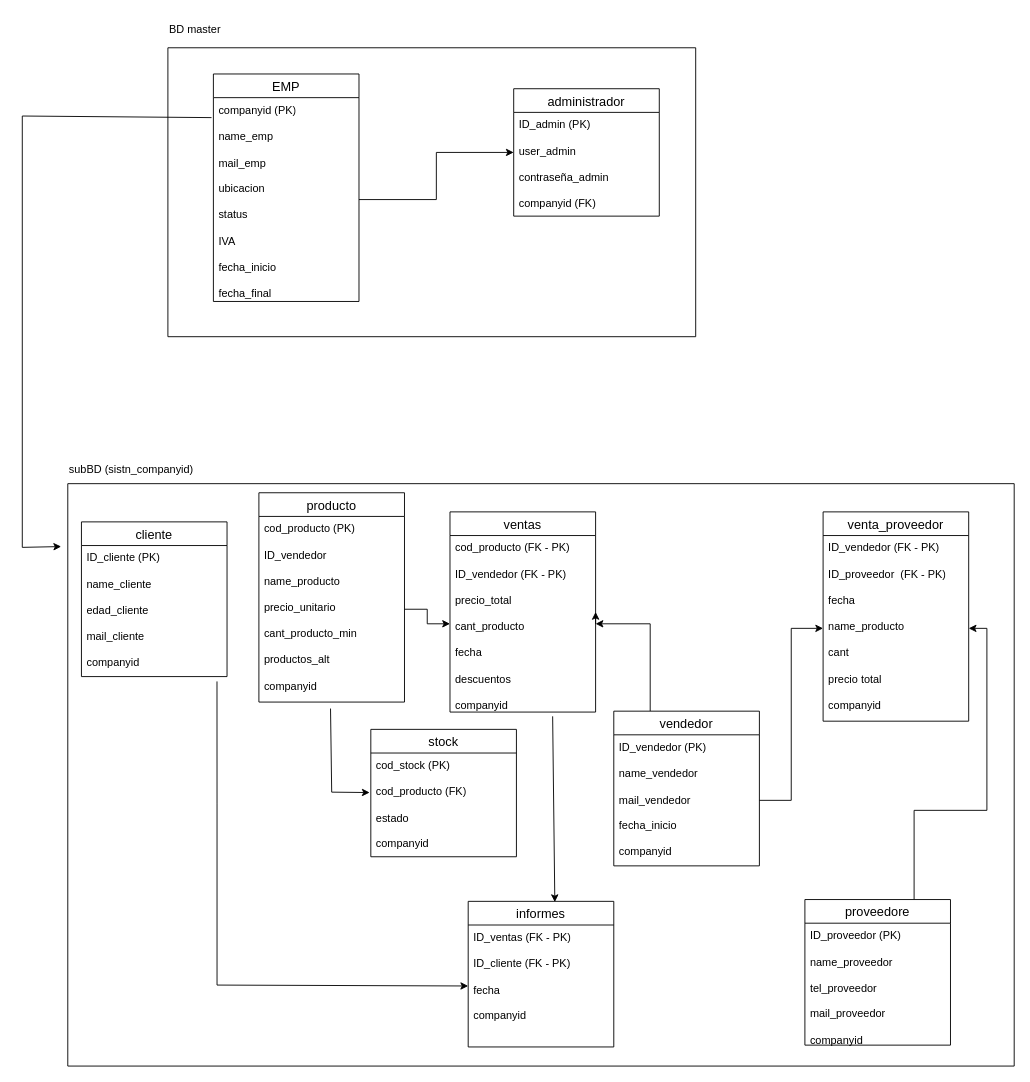
The draw.io diagram MODELO ER/DIAGRAMA ER - INNOVASHOP SKJ.drawio in winsignares/innovashopskj, before the edit. Source tidied: cells renumbered, new cells numbered last; positions are measured from the earlier drawing's top-left corner, leaving out a move shared by most shapes. Both pictures are drawn from the tidied source at 91%, with x=0, y=0 at pixel (22, 15).
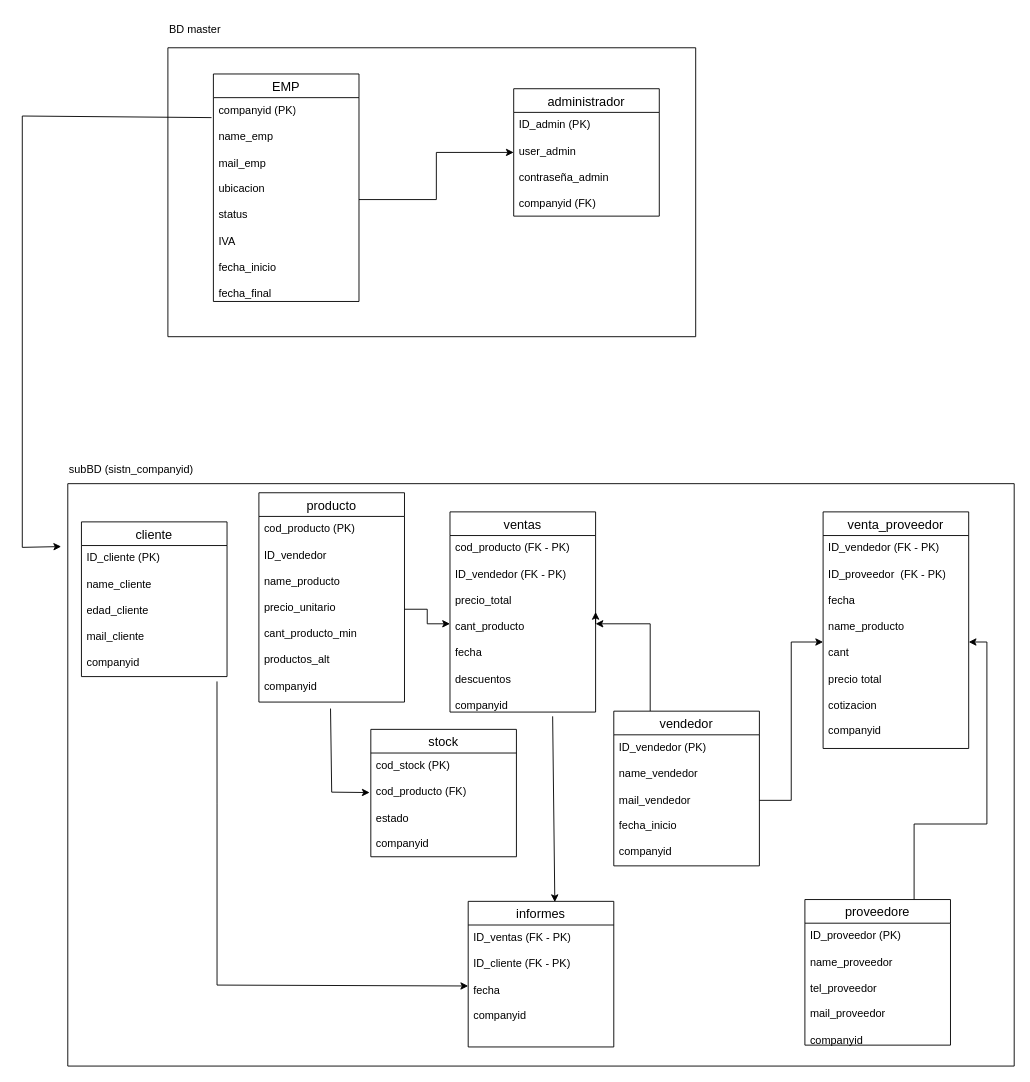
The same diagram, later.

Unchanged cells that the change refers to:
```xml
<mxCell id="11" style="swimlane;startSize=0;" parent="1" vertex="1">
  <mxGeometry x="50" y="514" width="1040" height="640" as="geometry" />
</mxCell>
```

Change to the diagram source:
```diff
@@
     <mxCell id="28" value="venta_proveedor" style="swimlane;fontStyle=0;horizontal=1;startSize=26;align=center;fontSize=14;" parent="11" vertex="1">
-      <mxGeometry x="830" y="31" width="160" height="230" as="geometry" />
+      <mxGeometry x="830" y="31" width="160" height="260" as="geometry" />
     </mxCell>
-    <mxCell id="29" value="ID_vendedor (FK - PK)&lt;br&gt;&lt;br&gt;ID_proveedor&amp;nbsp; (FK - PK)&lt;br&gt;&lt;br&gt;fecha&lt;br&gt;&lt;br&gt;name_producto&lt;br&gt;&lt;br&gt;cant&lt;br&gt;&lt;br&gt;precio total&lt;br&gt;&lt;br&gt;companyid" style="text;strokeColor=none;fillColor=none;spacingLeft=4;spacingRight=4;overflow=hidden;points=[[0,0.5],[1,0.5]];portConstraint=eastwest;fontSize=12;whiteSpace=wrap;html=1;" parent="28" vertex="1">
-      <mxGeometry y="26" width="160" height="204" as="geometry" />
+    <mxCell id="29" value="ID_vendedor (FK - PK)&lt;br&gt;&lt;br&gt;ID_proveedor&amp;nbsp; (FK - PK)&lt;br&gt;&lt;br&gt;fecha&lt;br&gt;&lt;br&gt;name_producto&lt;br&gt;&lt;br&gt;cant&lt;br&gt;&lt;br&gt;precio total&lt;br&gt;&lt;br&gt;cotizacion&lt;br&gt;&lt;br&gt;companyid" style="text;strokeColor=none;fillColor=none;spacingLeft=4;spacingRight=4;overflow=hidden;points=[[0,0.5],[1,0.5]];portConstraint=eastwest;fontSize=12;whiteSpace=wrap;html=1;" parent="28" vertex="1">
+      <mxGeometry y="26" width="160" height="234" as="geometry" />
     </mxCell>
```
